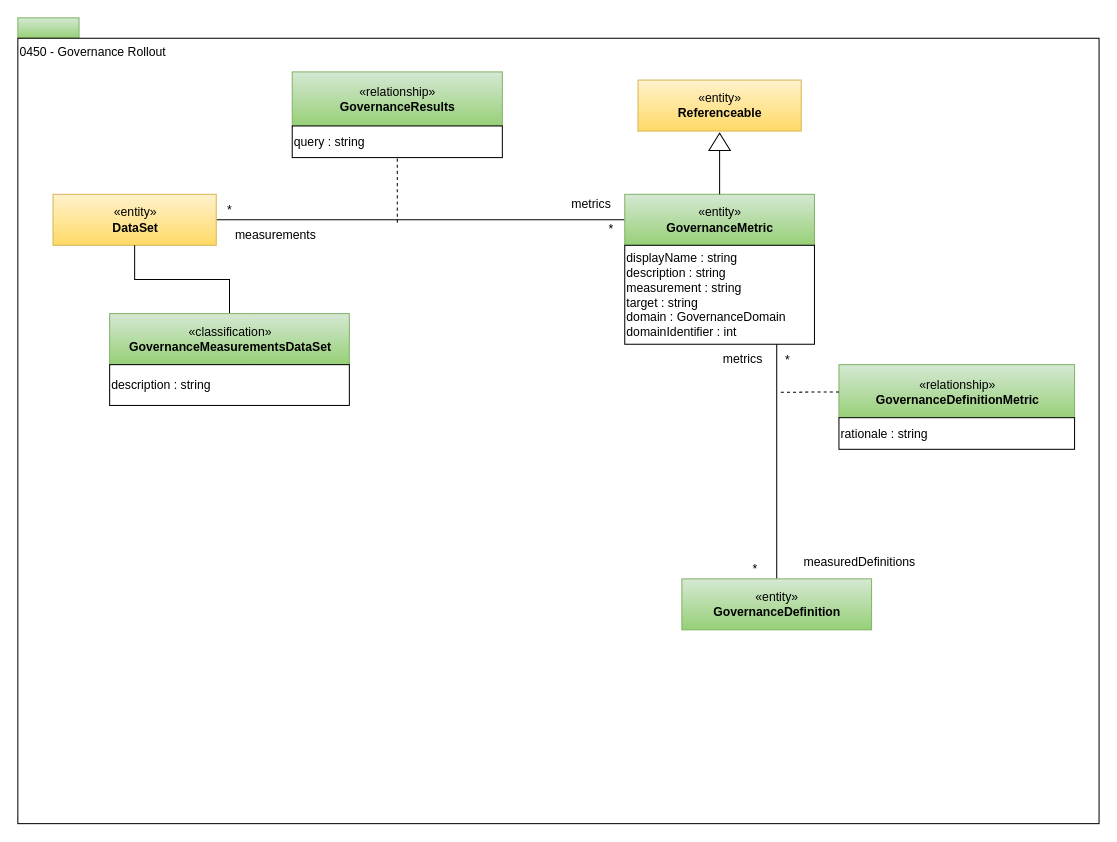
Above: page "0450-Governance-Rollout" (18 of 28) of open-metadata-publication/website/open-metadata-types/area-4-governance.drawio in odpi/egeria (draw.io), before the change. Source tidied: cells renumbered, new cells numbered last; positions are measured from the earlier drawing's top-left corner, leaving out a move shared by most shapes. Both pictures are drawn from the tidied source at 102%, with x=0, y=0 at pixel (17, 17).
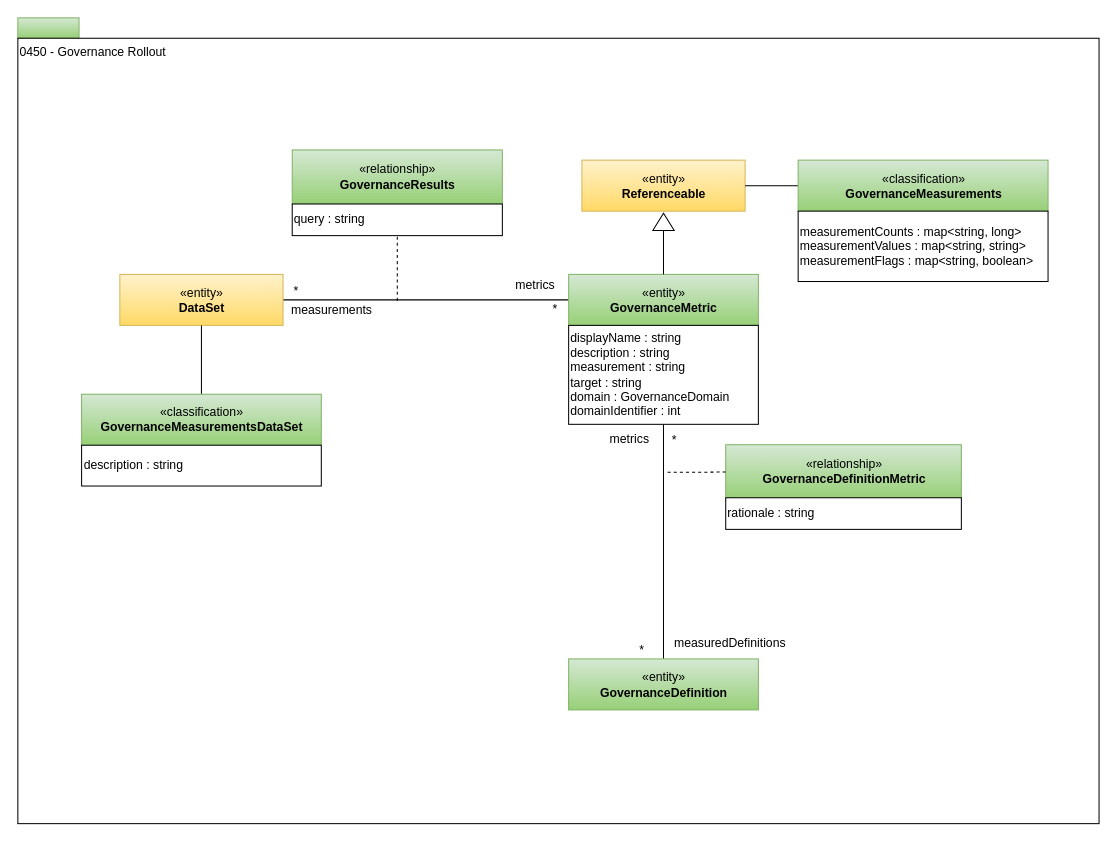
Above is the later version.

Diff of the diagram source:
```diff
@@
     <mxCell id="5" value="«entity»&lt;br&gt;&lt;b&gt;DataSet&lt;/b&gt;" style="html=1;strokeColor=#d6b656;align=center;fillColor=#fff2cc;gradientColor=#ffd966;" parent="1" vertex="1">
-      <mxGeometry x="34.5" y="173" width="160" height="50" as="geometry" />
+      <mxGeometry x="100" y="251.5" width="160" height="50" as="geometry" />
     </mxCell>
     <mxCell id="6" value="«entity»&lt;br&gt;&lt;b&gt;GovernanceMetric&lt;/b&gt;" style="html=1;strokeColor=#82b366;align=center;fillColor=#d5e8d4;gradientColor=#97d077;" parent="1" vertex="1">
-      <mxGeometry x="595" y="173" width="186" height="50" as="geometry" />
+      <mxGeometry x="540" y="251.5" width="186" height="50" as="geometry" />
     </mxCell>
     <mxCell id="7" value="*" style="text;html=1;strokeColor=none;fillColor=none;align=center;verticalAlign=middle;whiteSpace=wrap;rounded=0;" parent="1" vertex="1">
-      <mxGeometry x="569" y="198" width="26" height="18" as="geometry" />
+      <mxGeometry x="514" y="276.5" width="26" height="18" as="geometry" />
     </mxCell>
     <mxCell id="8" value="«relationship»&lt;br&gt;&lt;b&gt;GovernanceResults&lt;/b&gt;" style="html=1;strokeColor=#82b366;align=center;fillColor=#d5e8d4;gradientColor=#97d077;" parent="1" vertex="1">
-      <mxGeometry x="269" y="53" width="206" height="53" as="geometry" />
+      <mxGeometry x="269" y="129.5" width="206" height="53" as="geometry" />
     </mxCell>
     <mxCell id="9" style="endArrow=none;dashed=1;html=1;" parent="1" edge="1" target="8">
       <mxGeometry relative="1" as="geometry">
-        <mxPoint x="372" y="201" as="sourcePoint" />
+        <mxPoint x="372" y="277.5" as="sourcePoint" />
       </mxGeometry>
     </mxCell>
     <mxCell id="10" value="query : string" style="rounded=0;whiteSpace=wrap;html=1;strokeColor=#000000;gradientColor=#ffffff;align=left;" parent="1" vertex="1">
-      <mxGeometry x="269" y="106" width="206" height="31" as="geometry" />
+      <mxGeometry x="269" y="182.5" width="206" height="31" as="geometry" />
     </mxCell>
     <mxCell id="11" value="metrics" style="text;html=1;strokeColor=none;fillColor=none;align=center;verticalAlign=middle;whiteSpace=wrap;rounded=0;" parent="1" vertex="1">
-      <mxGeometry x="530" y="173" width="65" height="20" as="geometry" />
+      <mxGeometry x="475" y="251.5" width="65" height="20" as="geometry" />
     </mxCell>
     <mxCell id="12" value="measurements" style="text;html=1;strokeColor=none;fillColor=none;align=center;verticalAlign=middle;whiteSpace=wrap;rounded=0;" parent="1" vertex="1">
-      <mxGeometry x="204.5" y="203" width="95.5" height="20" as="geometry" />
+      <mxGeometry x="260" y="276.5" width="95.5" height="20" as="geometry" />
     </mxCell>
     <mxCell id="13" value="*" style="text;html=1;strokeColor=none;fillColor=none;align=center;verticalAlign=middle;whiteSpace=wrap;rounded=0;" parent="1" vertex="1">
-      <mxGeometry x="194.5" y="180" width="26" height="18" as="geometry" />
+      <mxGeometry x="260" y="258.5" width="26" height="18" as="geometry" />
     </mxCell>
@@
     <mxCell id="15" style="triangle;whiteSpace=wrap;html=1;strokeColor=#000000;gradientColor=#ffffff;align=center;rotation=-90;" parent="1" vertex="1">
-      <mxGeometry x="679.5" y="111" width="17" height="21" as="geometry" />
+      <mxGeometry x="624.5" y="189.5" width="17" height="21" as="geometry" />
     </mxCell>
-    <mxCell id="16" style="edgeStyle=orthogonalEdgeStyle;rounded=0;html=1;jettySize=auto;endArrow=none;endFill=0;" parent="1" edge="1" source="25">
-      <mxGeometry relative="1" as="geometry">
-        <mxPoint x="744" y="254" as="targetPoint" />
-      </mxGeometry>
+    <mxCell id="16" style="edgeStyle=orthogonalEdgeStyle;rounded=0;html=1;jettySize=auto;endArrow=none;endFill=0;entryX=0.5;entryY=1;entryDx=0;entryDy=0;" parent="1" edge="1" source="25" target="24">
+      <mxGeometry relative="1" as="geometry" />
     </mxCell>
     <mxCell id="17" value="*" style="text;html=1;strokeColor=none;fillColor=none;align=center;verticalAlign=middle;whiteSpace=wrap;rounded=0;" parent="1" vertex="1">
-      <mxGeometry x="742" y="326.5" width="26" height="18" as="geometry" />
+      <mxGeometry x="631" y="405" width="26" height="18" as="geometry" />
     </mxCell>
     <mxCell id="18" value="«relationship»&lt;br&gt;&lt;b&gt;GovernanceDefinitionMetric&lt;/b&gt;" style="html=1;strokeColor=#82b366;align=center;fillColor=#d5e8d4;gradientColor=#97d077;" parent="1" vertex="1">
-      <mxGeometry x="805" y="340" width="231" height="53" as="geometry" />
+      <mxGeometry x="694" y="418.5" width="231" height="53" as="geometry" />
     </mxCell>
     <mxCell id="19" style="endArrow=none;dashed=1;html=1;" parent="1" edge="1" target="18">
       <mxGeometry relative="1" as="geometry">
-        <mxPoint x="748" y="367" as="sourcePoint" />
+        <mxPoint x="637" y="445.5" as="sourcePoint" />
       </mxGeometry>
     </mxCell>
     <mxCell id="20" value="rationale : string" style="rounded=0;whiteSpace=wrap;html=1;strokeColor=#000000;gradientColor=#ffffff;align=left;" parent="1" vertex="1">
-      <mxGeometry x="805" y="392" width="231" height="31" as="geometry" />
+      <mxGeometry x="694" y="470.5" width="231" height="31" as="geometry" />
     </mxCell>
     <mxCell id="21" value="metrics" style="text;html=1;strokeColor=none;fillColor=none;align=center;verticalAlign=middle;whiteSpace=wrap;rounded=0;" parent="1" vertex="1">
-      <mxGeometry x="680" y="324.5" width="61.5" height="20" as="geometry" />
+      <mxGeometry x="569" y="403" width="61.5" height="20" as="geometry" />
     </mxCell>
     <mxCell id="22" value="measuredDefinitions" style="text;html=1;strokeColor=none;fillColor=none;align=center;verticalAlign=middle;whiteSpace=wrap;rounded=0;" parent="1" vertex="1">
-      <mxGeometry x="758" y="524" width="135" height="20" as="geometry" />
+      <mxGeometry x="631" y="602.5" width="135" height="20" as="geometry" />
     </mxCell>
     <mxCell id="23" value="*" style="text;html=1;strokeColor=none;fillColor=none;align=center;verticalAlign=middle;whiteSpace=wrap;rounded=0;" parent="1" vertex="1">
-      <mxGeometry x="709.5" y="532" width="26" height="18" as="geometry" />
+      <mxGeometry x="598.5" y="610.5" width="26" height="18" as="geometry" />
     </mxCell>
     <mxCell id="24" value="&lt;span&gt;displayName : string&lt;/span&gt;&lt;br&gt;&lt;span&gt;description : string&lt;/span&gt;&lt;br&gt;&lt;span&gt;measurement : string&lt;/span&gt;&lt;br&gt;&lt;span&gt;target : string&lt;br&gt;&lt;/span&gt;domain : GovernanceDomain&lt;br&gt;domainIdentifier : int&lt;span&gt;&lt;br&gt;&lt;/span&gt;" style="rounded=0;whiteSpace=wrap;html=1;strokeColor=#000000;gradientColor=#ffffff;align=left;" parent="1" vertex="1">
-      <mxGeometry x="595" y="223" width="186" height="97" as="geometry" />
+      <mxGeometry x="540" y="301.5" width="186" height="97" as="geometry" />
     </mxCell>
     <mxCell id="25" value="«entity»&lt;br&gt;&lt;b&gt;GovernanceDefinition&lt;/b&gt;" style="html=1;strokeColor=#82b366;align=center;fillColor=#d5e8d4;gradientColor=#97d077;" parent="1" vertex="1">
-      <mxGeometry x="651" y="550" width="186" height="50" as="geometry" />
+      <mxGeometry x="540" y="628.5" width="186" height="50" as="geometry" />
     </mxCell>
@@
     <mxCell id="27" value="«classification»&lt;br&gt;&lt;b&gt;GovernanceMeasurementsDataSet&lt;/b&gt;" style="html=1;strokeColor=#82b366;align=center;fillColor=#d5e8d4;gradientColor=#97d077;" parent="1" vertex="1">
-      <mxGeometry x="90" y="290" width="235" height="50" as="geometry" />
+      <mxGeometry x="62.5" y="369" width="235" height="50" as="geometry" />
     </mxCell>
     <mxCell id="28" value="description : string&lt;br&gt;&lt;div style=&quot;text-align: left&quot;&gt;&lt;/div&gt;" style="rounded=0;whiteSpace=wrap;html=1;strokeColor=#000000;gradientColor=#ffffff;align=left;" parent="1" vertex="1">
-      <mxGeometry x="90" y="340" width="235" height="40" as="geometry" />
+      <mxGeometry x="62.5" y="419" width="235" height="40" as="geometry" />
     </mxCell>
     <mxCell id="29" value="«entity»&lt;br&gt;&lt;b&gt;Referenceable&lt;/b&gt;" style="html=1;strokeColor=#d6b656;align=center;fillColor=#fff2cc;gradientColor=#ffd966;" parent="1" vertex="1">
-      <mxGeometry x="608" y="61" width="160" height="50" as="geometry" />
+      <mxGeometry x="553" y="139.5" width="160" height="50" as="geometry" />
     </mxCell>
+    <mxCell id="30" style="edgeStyle=orthogonalEdgeStyle;rounded=0;jettySize=auto;html=1;entryX=1;entryY=0.5;entryDx=0;entryDy=0;endArrow=none;endFill=0;" parent="1" edge="1" source="31" target="29">
+      <mxGeometry relative="1" as="geometry" />
+    </mxCell>
+    <mxCell id="31" value="«classification»&lt;br&gt;&lt;b&gt;GovernanceMeasurements&lt;/b&gt;" style="html=1;strokeColor=#82b366;align=center;fillColor=#d5e8d4;gradientColor=#97d077;" parent="1" vertex="1">
+      <mxGeometry x="765" y="139.5" width="245" height="50" as="geometry" />
+    </mxCell>
+    <mxCell id="32" value="measurementCounts : map&amp;lt;string, long&amp;gt;&lt;br&gt;measurementValues : map&amp;lt;string, string&amp;gt;&lt;br&gt;measurementFlags : map&amp;lt;string, boolean&amp;gt;&lt;br&gt;&lt;div style=&quot;text-align: left&quot;&gt;&lt;/div&gt;" style="rounded=0;whiteSpace=wrap;html=1;strokeColor=#000000;gradientColor=#ffffff;align=left;" parent="1" vertex="1">
+      <mxGeometry x="765" y="189.5" width="245" height="69" as="geometry" />
+    </mxCell>
```
